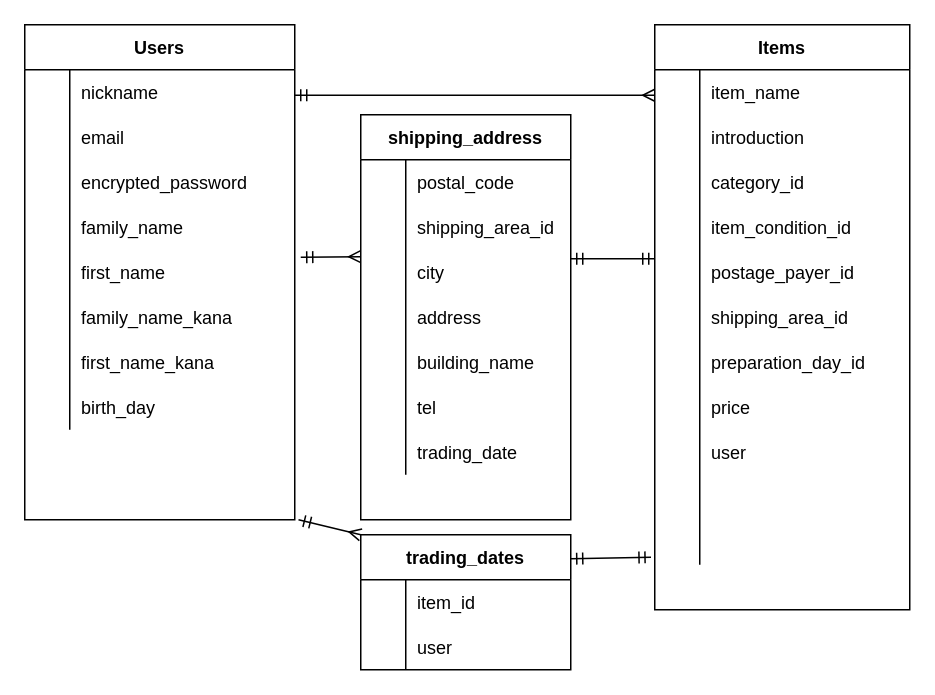
Earlier version of the draw.io diagram furima.dio (CKougami/furima-37663). Source tidied: cells renumbered, new cells numbered last; positions are measured from the earlier drawing's top-left corner, leaving out a move shared by most shapes. Both pictures are drawn from the tidied source at 150%, with x=0, y=0 at pixel (24, 24).
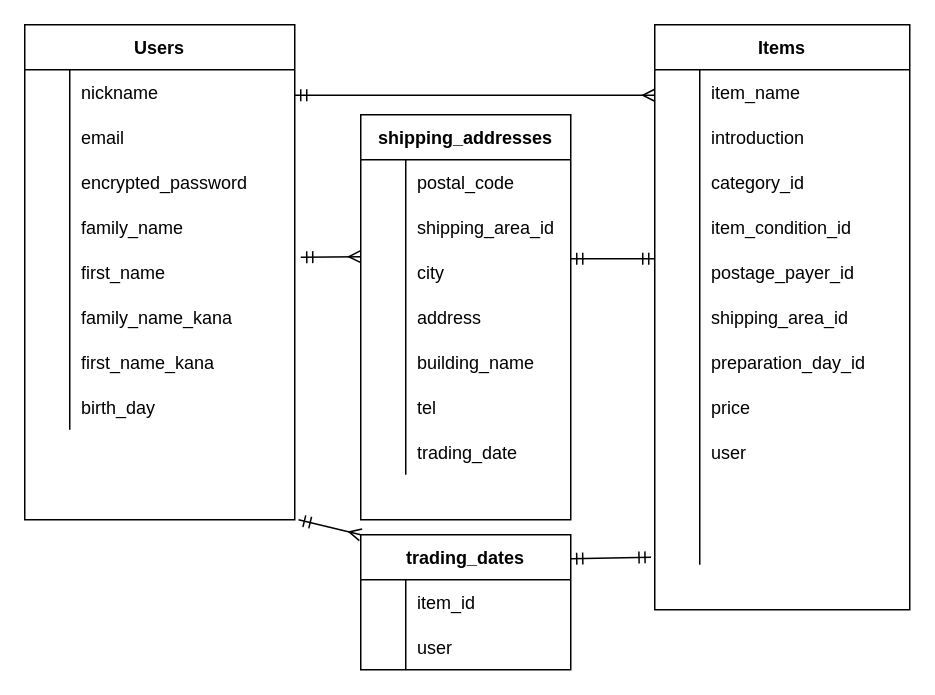
After the change.

Commit message (it also covers changes not shown here):
データベース設計（shipping_addresses）

テーブル名を複数形に修正しました

The edit, as a diff of the source:
```diff
@@
-    <mxCell id="72" value="shipping_address" style="shape=table;startSize=30;childLayout=tableLayout;rowLines=0;fontStyle=1;align=center;" parent="1" vertex="1">
+    <mxCell id="72" value="shipping_addresses" style="shape=table;startSize=30;childLayout=tableLayout;rowLines=0;fontStyle=1;align=center;" parent="1" vertex="1">
       <mxGeometry x="224" y="60" width="140" height="270" as="geometry" />
     </mxCell>
```
